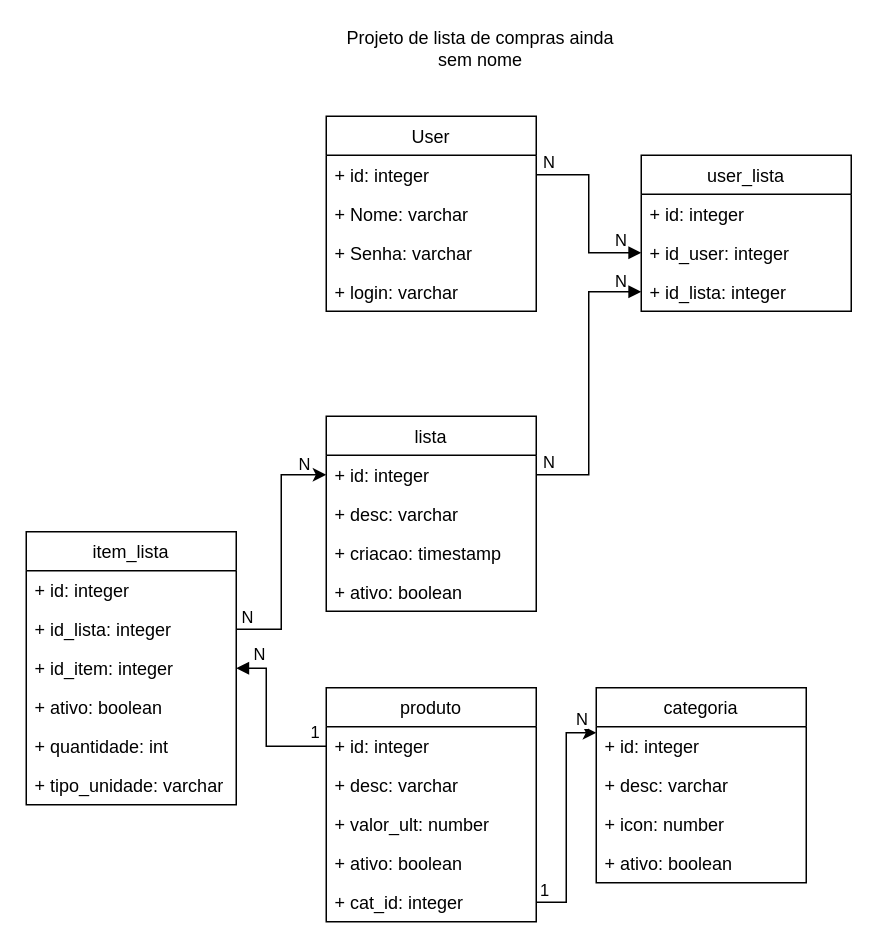
The draw.io diagram app/src/main/java/com/example/mobile2022_2/Draw.io/Diagrama sem nome.drawio in chanbito/Mobile2022_2, before the edit. Source tidied: cells renumbered, new cells numbered last; positions are measured from the earlier drawing's top-left corner, leaving out a move shared by most shapes. Both pictures are drawn from the tidied source at 150%, with x=0, y=0 at pixel (26, 26).
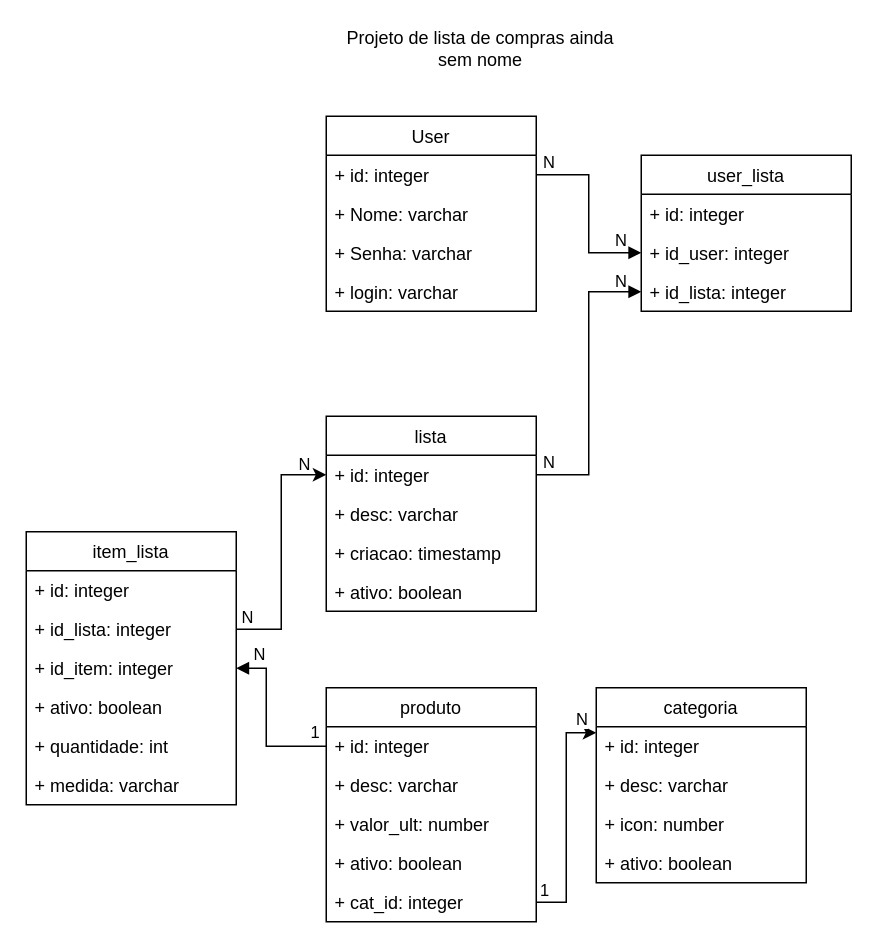
The same diagram, later.

Unchanged cells that the change refers to:
```xml
<mxCell id="31" value="item_lista" style="swimlane;fontStyle=0;horizontal=1;startSize=26;fillColor=none;" parent="1" vertex="1">
  <mxGeometry y="337" width="140" height="182" as="geometry" />
</mxCell>
```

The edit, as a diff of the source:
```diff
@@
-    <mxCell id="37" value="+ tipo_unidade: varchar" style="text;strokeColor=none;fillColor=none;align=left;verticalAlign=top;spacingLeft=4;spacingRight=4;overflow=hidden;" parent="31" vertex="1">
+    <mxCell id="37" value="+ medida: varchar" style="text;strokeColor=none;fillColor=none;align=left;verticalAlign=top;spacingLeft=4;spacingRight=4;overflow=hidden;" parent="31" vertex="1">
       <mxGeometry y="156" width="140" height="26" as="geometry" />
     </mxCell>
```
